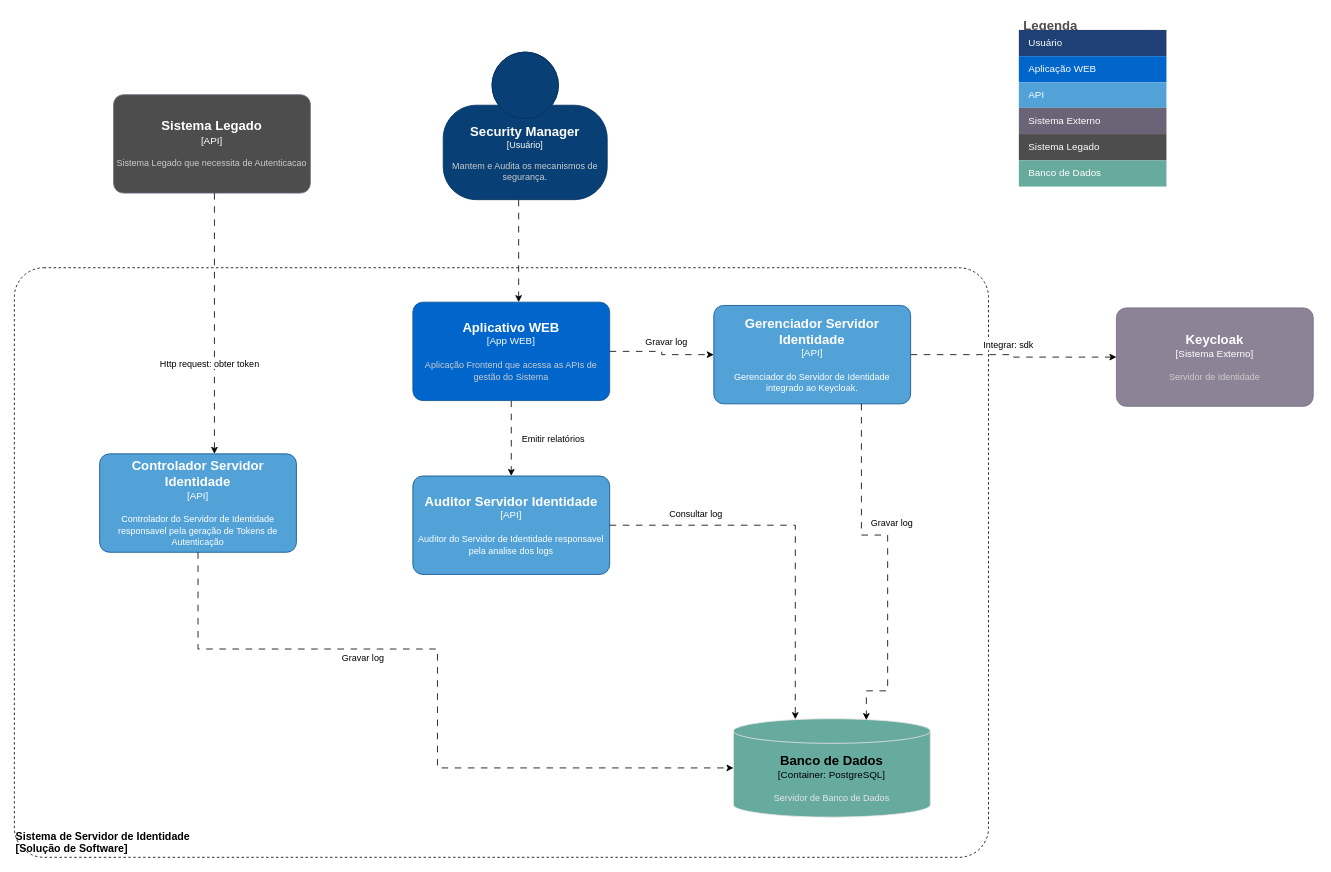
Above: page "Container" (2 of 5) of Sprint 1/Projeto Aplicado.drawio in luisfabiosm/Projeto-Aplicado (draw.io), before the change. Source tidied: cells renumbered, new cells numbered last; positions are measured from the earlier drawing's top-left corner, leaving out a move shared by most shapes. Both pictures are drawn from the tidied source at 82%, with x=0, y=0 at pixel (14, 14).
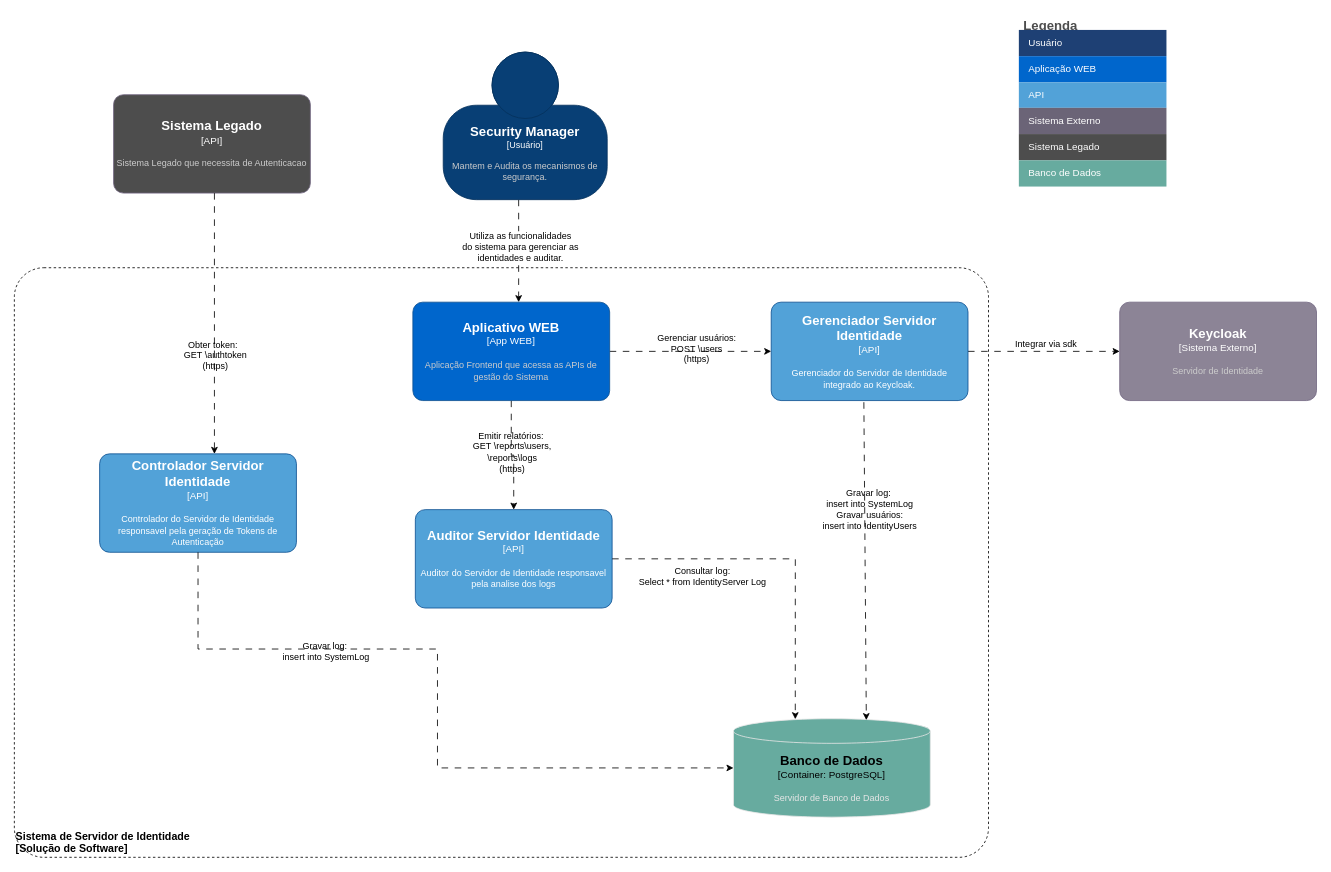
After the change.

Unchanged cells that the change refers to:
```xml
<mxCell id="3" style="edgeStyle=orthogonalEdgeStyle;rounded=0;jettySize=auto;html=1;dashed=1;dashPattern=8 8;" parent="1" edge="1" source="4" target="14">
  <mxGeometry relative="1" as="geometry">
    <Array as="points">
      <mxPoint x="615" y="255" />
      <mxPoint x="615" y="255" />
    </Array>
  </mxGeometry>
</mxCell>
<object id="9" label="&lt;font style=&quot;font-size: 16px&quot;&gt;&lt;b&gt;%c4Type%&lt;/b&gt;&lt;/font&gt;&lt;div&gt;[%c4Container%:&amp;nbsp;%c4Technology%]&lt;/div&gt;&lt;br&gt;&lt;div&gt;&lt;font style=&quot;font-size: 11px&quot;&gt;&lt;font color=&quot;#E6E6E6&quot;&gt;%c4Description%&lt;/font&gt;&lt;/div&gt;" c4Container="Container" c4Description="Servidor de Banco de Dados" c4Technology="PostgreSQL" c4Type="Banco de Dados" placeholders="1">
  <mxCell style="shape=cylinder3;size=15;whiteSpace=wrap;html=1;boundedLbl=1;rounded=0;labelBackgroundColor=none;fillColor=#67AB9F;fontSize=12;align=center;strokeColor=#E6E6E6;points=[[0.5,0,0],[1,0.25,0],[1,0.5,0],[1,0.75,0],[0.5,1,0],[0,0.75,0],[0,0.5,0],[0,0.25,0]];" parent="1" vertex="1">
    <mxGeometry x="877" y="859" width="240" height="120" as="geometry" />
  </mxCell>
</object>
<mxCell id="10" style="edgeStyle=orthogonalEdgeStyle;rounded=0;jettySize=auto;html=1;dashed=1;dashPattern=8 8;" parent="1" edge="1" source="14" target="7">
  <mxGeometry relative="1" as="geometry" />
</mxCell>
<mxCell id="12" style="edgeStyle=orthogonalEdgeStyle;rounded=0;jettySize=auto;html=1;dashed=1;dashPattern=8 8;" parent="1" edge="1" source="14" target="34">
  <mxGeometry relative="1" as="geometry" />
</mxCell>
<mxCell id="29" style="edgeStyle=orthogonalEdgeStyle;rounded=0;jettySize=auto;html=1;entryX=0;entryY=0.5;entryDx=0;entryDy=0;entryPerimeter=0;dashed=1;dashPattern=8 8;" parent="1" edge="1" source="28" target="9">
  <mxGeometry relative="1" as="geometry">
    <Array as="points">
      <mxPoint x="224" y="774" />
      <mxPoint x="516" y="774" />
      <mxPoint x="516" y="919" />
    </Array>
  </mxGeometry>
</mxCell>
<mxCell id="32" style="edgeStyle=orthogonalEdgeStyle;rounded=0;jettySize=auto;html=1;dashed=1;dashPattern=8 8;" parent="1" edge="1" source="31">
  <mxGeometry relative="1" as="geometry">
    <mxPoint x="244" y="536" as="targetPoint" />
    <Array as="points">
      <mxPoint x="244" y="536" />
    </Array>
  </mxGeometry>
</mxCell>
<mxCell id="35" style="edgeStyle=orthogonalEdgeStyle;rounded=0;jettySize=auto;html=1;dashed=1;dashPattern=8 8;entryX=0.314;entryY=0.005;entryDx=0;entryDy=0;entryPerimeter=0;" parent="1" edge="1" source="34" target="9">
  <mxGeometry relative="1" as="geometry" />
</mxCell>
```

What changed in the source:
```diff
@@
     <object id="2" label="&lt;div style=&quot;text-align: left; font-size: 13px;&quot;&gt;%c4Name%&lt;/div&gt;&lt;div style=&quot;text-align: left; font-size: 13px;&quot;&gt;[%c4Application%]&lt;/div&gt;" c4Application="Solução de Software" c4Name="Sistema de Servidor de Identidade" placeholders="1">
-      <mxCell style="rounded=1;whiteSpace=wrap;html=1;labelBackgroundColor=none;fillColor=#ffffff;fontColor=#000000;align=left;arcSize=5;strokeColor=#000000;verticalAlign=bottom;metaData={&quot;c4Type&quot;:{&quot;editable&quot;:false}};dashed=1;fontStyle=1;fontSize=13;" parent="1" vertex="1">
+      <mxCell style="rounded=1;whiteSpace=wrap;html=1;labelBackgroundColor=none;fillColor=none;fontColor=#000000;align=left;arcSize=5;strokeColor=#000000;verticalAlign=bottom;metaData={&quot;c4Type&quot;:{&quot;editable&quot;:false}};dashed=1;fontStyle=1;fontSize=13;" parent="1" vertex="1">
         <mxGeometry y="309" width="1188" height="719" as="geometry" />
       </mxCell>
     </object>
@@
+    <mxCell id="39" value="Utiliza as funcionalidades&lt;br&gt;do sistema para gerenciar as&lt;br&gt;identidades e auditar." style="edgeLabel;html=1;align=center;verticalAlign=middle;" parent="3" vertex="1">
+      <mxGeometry x="-0.54" y="-2" relative="1" as="geometry">
+        <mxPoint x="3" y="28" as="offset" />
+      </mxGeometry>
+    </mxCell>
@@
-    <mxCell id="5" style="edgeStyle=orthogonalEdgeStyle;rounded=0;jettySize=auto;html=1;entryX=0;entryY=0.5;entryDx=0;entryDy=0;entryPerimeter=0;dashed=1;dashPattern=8 8;" parent="1" edge="1" source="7" target="8">
+    <mxCell id="5" style="rounded=0;jettySize=auto;html=1;entryX=0;entryY=0.5;entryDx=0;entryDy=0;entryPerimeter=0;dashed=1;dashPattern=8 8;" parent="1" edge="1" source="7" target="8">
       <mxGeometry x="-1" y="-766" relative="1" as="geometry">
         <mxPoint x="-233" y="-36" as="offset" />
       </mxGeometry>
     </mxCell>
-    <mxCell id="6" value="Integrar: sdk" style="edgeLabel;html=1;align=center;verticalAlign=middle;" parent="5" vertex="1">
+    <mxCell id="6" value="Integrar via sdk" style="edgeLabel;html=1;align=center;verticalAlign=middle;" parent="5" vertex="1">
       <mxGeometry x="0.31" y="-2" relative="1" as="geometry">
-        <mxPoint x="-45" y="-18" as="offset" />
+        <mxPoint x="-27" y="-12" as="offset" />
       </mxGeometry>
     </mxCell>
     <object id="7" label="&lt;font style=&quot;font-size: 16px&quot;&gt;&lt;b&gt;%c4Name%&lt;/b&gt;&lt;/font&gt;&lt;div&gt;[%c4Type%]&lt;/div&gt;&lt;br&gt;&lt;div&gt;&lt;font style=&quot;font-size: 11px&quot;&gt;&lt;font&gt;%c4Description%&lt;/font&gt;&lt;/font&gt;&lt;/div&gt;" c4Description="Gerenciador do Servidor de Identidade integrado ao Keycloak." c4Name="Gerenciador Servidor Identidade" c4Type="API" placeholders="1">
       <mxCell style="rounded=1;whiteSpace=wrap;html=1;labelBackgroundColor=none;fillColor=#52A2D8;fontColor=#FFFFFF;align=center;arcSize=10;strokeColor=#0D5091;points=[[0.25,0,0],[0.5,0,0],[0.75,0,0],[1,0.25,0],[1,0.5,0],[1,0.75,0],[0.75,1,0],[0.5,1,0],[0.25,1,0],[0,0.75,0],[0,0.5,0],[0,0.25,0]];" parent="1" vertex="1">
-        <mxGeometry x="853" y="355" width="240" height="120" as="geometry" />
+        <mxGeometry x="923" y="351" width="240" height="120" as="geometry" />
       </mxCell>
     </object>
     <object id="8" label="&lt;font style=&quot;font-size: 16px&quot;&gt;&lt;b&gt;%c4Name%&lt;/b&gt;&lt;/font&gt;&lt;div&gt;[%c4Type%]&lt;/div&gt;&lt;br&gt;&lt;div&gt;&lt;font style=&quot;font-size: 11px&quot;&gt;&lt;font color=&quot;#cccccc&quot;&gt;%c4Description%&lt;/font&gt;&lt;/div&gt;" c4Description="Servidor de Identidade" c4Name="Keycloak" c4Type="Sistema Externo" placeholders="1">
       <mxCell style="rounded=1;whiteSpace=wrap;html=1;labelBackgroundColor=none;fillColor=#8C8496;fontColor=#ffffff;align=center;arcSize=10;strokeColor=#736782;points=[[0.25,0,0],[0.5,0,0],[0.75,0,0],[1,0.25,0],[1,0.5,0],[1,0.75,0],[0.75,1,0],[0.5,1,0],[0.25,1,0],[0,0.75,0],[0,0.5,0],[0,0.25,0]];" parent="1" vertex="1">
-        <mxGeometry x="1344" y="358" width="240" height="120" as="geometry" />
+        <mxGeometry x="1348" y="351" width="240" height="120" as="geometry" />
       </mxCell>
     </object>
@@
-    <mxCell id="11" value="Gravar log" style="edgeLabel;html=1;align=center;verticalAlign=middle;" parent="10" vertex="1">
+    <mxCell id="11" value="Gerenciar usuários:&lt;br&gt;POST \users&lt;br&gt;(https)" style="edgeLabel;html=1;align=center;verticalAlign=middle;labelBackgroundColor=none;" parent="10" vertex="1">
       <mxGeometry x="0.18" y="-1" relative="1" as="geometry">
-        <mxPoint x="-5" y="-17" as="offset" />
+        <mxPoint x="-11" y="-5" as="offset" />
       </mxGeometry>
     </mxCell>
@@
-    <mxCell id="13" value="Emitir relatórios" style="edgeLabel;html=1;align=center;verticalAlign=middle;" parent="12" vertex="1">
+    <mxCell id="13" value="Emitir relatórios:&amp;nbsp;&lt;br&gt;GET \reports\users,&lt;br&gt;\reports\logs&lt;br&gt;(https)" style="edgeLabel;html=1;align=center;verticalAlign=middle;labelBackgroundColor=none;" parent="12" vertex="1">
       <mxGeometry x="-0.17" y="3" relative="1" as="geometry">
-        <mxPoint x="47" y="8" as="offset" />
+        <mxPoint x="-3" y="6" as="offset" />
       </mxGeometry>
     </mxCell>
@@
-    <mxCell id="30" value="Gravar log" style="edgeLabel;html=1;align=center;verticalAlign=middle;" parent="29" vertex="1">
-      <mxGeometry x="-0.41" y="-8" relative="1" as="geometry">
-        <mxPoint x="48" y="2" as="offset" />
-      </mxGeometry>
-    </mxCell>
@@
-    <mxCell id="33" value="Http request: obter token" style="edgeLabel;html=1;align=center;verticalAlign=middle;" parent="32" vertex="1">
-      <mxGeometry x="0.4" y="-2" relative="1" as="geometry">
-        <mxPoint x="-5" y="-16" as="offset" />
-      </mxGeometry>
-    </mxCell>
+    <mxCell id="40" value="Obter token:&amp;nbsp;&amp;nbsp;&lt;br&gt;GET \authtoken&lt;br&gt;(https)" style="edgeLabel;html=1;align=center;verticalAlign=middle;labelBackgroundColor=none;" parent="32" vertex="1">
+      <mxGeometry x="0.05" y="-2" relative="1" as="geometry">
+        <mxPoint x="2" y="30" as="offset" />
+      </mxGeometry>
+    </mxCell>
     <object id="34" label="&lt;font style=&quot;font-size: 16px&quot;&gt;&lt;b&gt;%c4Name%&lt;/b&gt;&lt;/font&gt;&lt;div&gt;[%c4Type%]&lt;/div&gt;&lt;br&gt;&lt;div&gt;&lt;font style=&quot;font-size: 11px&quot;&gt;&lt;font&gt;%c4Description%&lt;/font&gt;&lt;/font&gt;&lt;/div&gt;" c4Description="Auditor do Servidor de Identidade responsavel pela analise dos logs" c4Name="Auditor Servidor Identidade" c4Type="API" placeholders="1">
       <mxCell style="rounded=1;whiteSpace=wrap;html=1;labelBackgroundColor=none;fillColor=#52A2D8;fontColor=#FFFFFF;align=center;arcSize=10;strokeColor=#0D5091;points=[[0.25,0,0],[0.5,0,0],[0.75,0,0],[1,0.25,0],[1,0.5,0],[1,0.75,0],[0.75,1,0],[0.5,1,0],[0.25,1,0],[0,0.75,0],[0,0.5,0],[0,0.25,0]];" parent="1" vertex="1">
-        <mxGeometry x="486" y="563" width="240" height="120" as="geometry" />
+        <mxGeometry x="489" y="604" width="240" height="120" as="geometry" />
       </mxCell>
     </object>
@@
-    <mxCell id="36" value="Consultar log" style="edgeLabel;html=1;align=center;verticalAlign=middle;" parent="35" vertex="1">
-      <mxGeometry x="-0.54" y="1" relative="1" as="geometry">
-        <mxPoint x="-2" y="-13" as="offset" />
-      </mxGeometry>
-    </mxCell>
+    <mxCell id="41" value="Consultar log:&lt;br&gt;Select * from IdentityServer Log&lt;br&gt;" style="edgeLabel;html=1;align=center;verticalAlign=middle;" parent="35" vertex="1">
+      <mxGeometry x="-0.52" relative="1" as="geometry">
+        <mxPoint x="8" y="21" as="offset" />
+      </mxGeometry>
+    </mxCell>
-    <mxCell id="37" style="edgeStyle=orthogonalEdgeStyle;rounded=0;jettySize=auto;html=1;dashed=1;dashPattern=8 8;exitX=0.75;exitY=1;exitDx=0;exitDy=0;exitPerimeter=0;entryX=0.675;entryY=0.014;entryDx=0;entryDy=0;entryPerimeter=0;" parent="1" edge="1" source="7" target="9">
+    <mxCell id="37" style="rounded=0;jettySize=auto;html=1;dashed=1;dashPattern=8 8;entryX=0.675;entryY=0.014;entryDx=0;entryDy=0;entryPerimeter=0;" parent="1" edge="1" target="9">
       <mxGeometry relative="1" as="geometry">
-        <Array as="points">
-          <mxPoint x="1033" y="635" />
-          <mxPoint x="1065" y="635" />
-          <mxPoint x="1065" y="825" />
-          <mxPoint x="1039" y="825" />
-        </Array>
+        <mxPoint x="1036" y="473" as="sourcePoint" />
       </mxGeometry>
     </mxCell>
-    <mxCell id="38" value="Gravar log" style="edgeLabel;html=1;align=center;verticalAlign=middle;" parent="37" vertex="1">
+    <mxCell id="38" value="Gravar log:&amp;nbsp;&lt;br&gt;insert into SystemLog&lt;br&gt;Gravar usuários:&lt;br&gt;insert into IdentityUsers" style="edgeLabel;html=1;align=center;verticalAlign=middle;labelBackgroundColor=none;" parent="37" vertex="1">
       <mxGeometry x="-0.58" y="2" relative="1" as="geometry">
-        <mxPoint x="34" y="52" as="offset" />
+        <mxPoint x="4" y="50" as="offset" />
       </mxGeometry>
     </mxCell>
+    <mxCell id="42" value="Gravar log:&amp;nbsp;&lt;br&gt;insert into SystemLog" style="edgeLabel;html=1;align=center;verticalAlign=middle;labelBackgroundColor=none;" parent="1" vertex="1">
+      <mxGeometry x="677" y="644" as="geometry">
+        <mxPoint x="-298" y="132" as="offset" />
+      </mxGeometry>
+    </mxCell>
```
